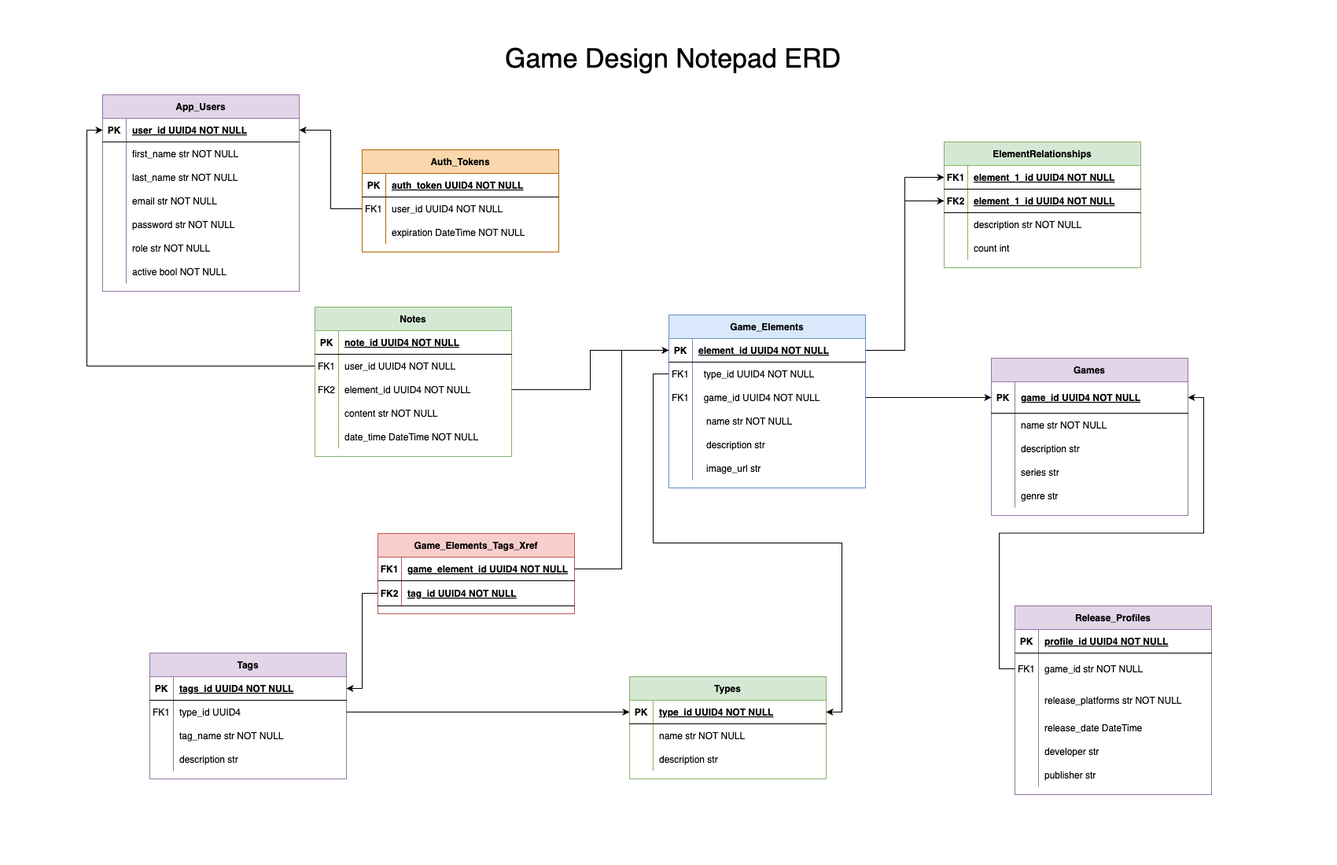
Above: gd-notepad-erd.png in Mark-David-Hill/gd-notepad-be (draw.io), before the change. Source tidied: cells renumbered, new cells last; positions are measured from the earlier drawing's top-left corner, leaving out a move shared by most shapes.
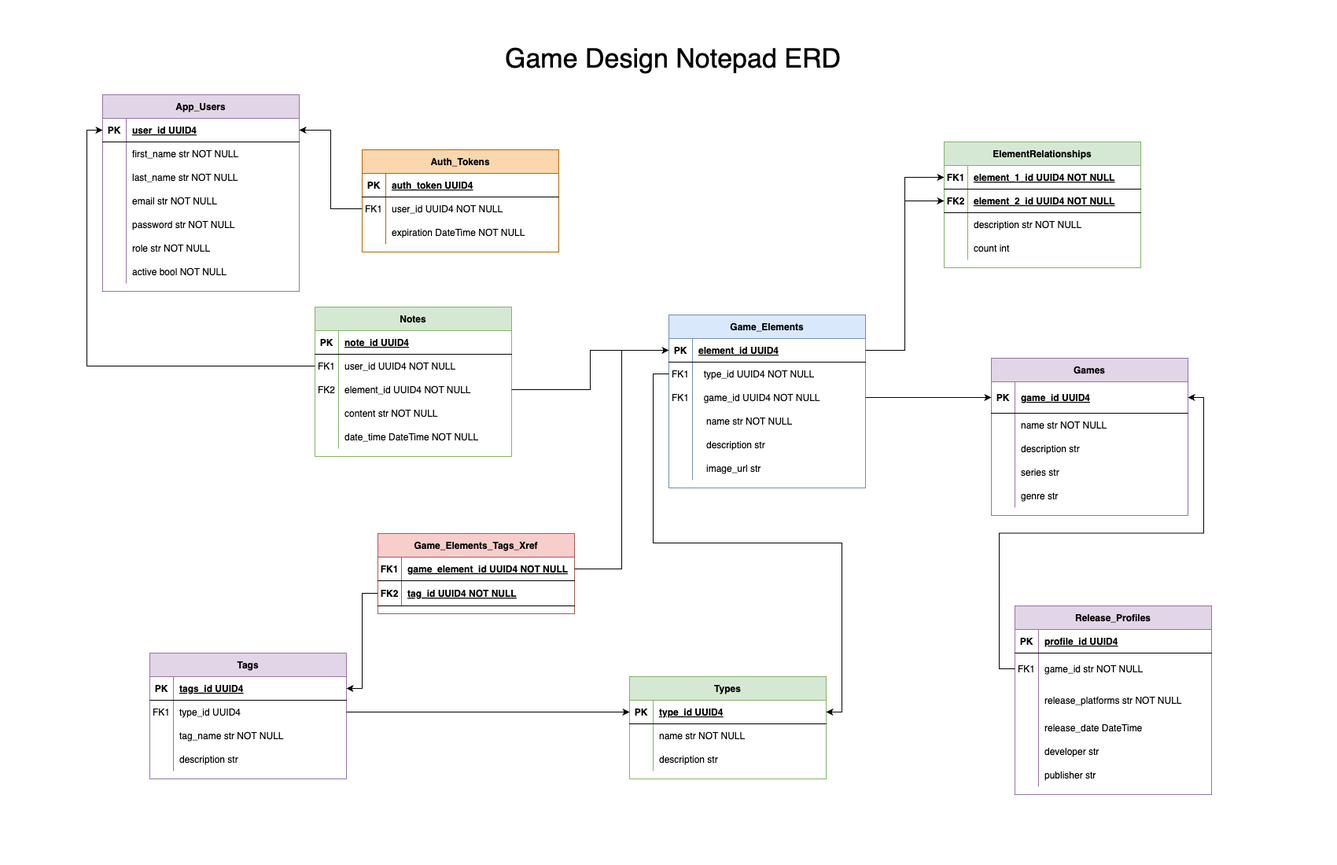
After the change.

Commit message:
updates erd to remove unnecessary not nulls and fixes a typo

Change to the diagram source:
```diff
@@ -11,7 +11,7 @@
     <mxCell id="4" value="PK" style="shape=partialRectangle;overflow=hidden;fillColor=none;top=0;left=0;bottom=0;right=0;fontStyle=1;" parent="3" vertex="1">
       <mxGeometry width="30" height="30" as="geometry" />
     </mxCell>
-    <mxCell id="5" value="type_id UUID4 NOT NULL " style="shape=partialRectangle;overflow=hidden;fillColor=none;top=0;left=0;bottom=0;right=0;align=left;spacingLeft=6;fontStyle=5;" parent="3" vertex="1">
+    <mxCell id="5" value="type_id UUID4" style="shape=partialRectangle;overflow=hidden;fillColor=none;top=0;left=0;bottom=0;right=0;align=left;spacingLeft=6;fontStyle=5;" parent="3" vertex="1">
       <mxGeometry x="30" width="220" height="30" as="geometry" />
     </mxCell>
     <mxCell id="6" style="shape=partialRectangle;fillColor=none;top=0;left=0;right=0;bottom=0;" parent="2" vertex="1">
@@ -41,7 +41,7 @@
     <mxCell id="14" value="PK" style="shape=partialRectangle;overflow=hidden;fillColor=none;top=0;left=0;bottom=0;right=0;fontStyle=1;" parent="13" vertex="1">
       <mxGeometry width="30" height="30" as="geometry" />
     </mxCell>
-    <mxCell id="15" value="element_id UUID4 NOT NULL " style="shape=partialRectangle;overflow=hidden;fillColor=none;top=0;left=0;bottom=0;right=0;align=left;spacingLeft=6;fontStyle=5;" parent="13" vertex="1">
+    <mxCell id="15" value="element_id UUID4" style="shape=partialRectangle;overflow=hidden;fillColor=none;top=0;left=0;bottom=0;right=0;align=left;spacingLeft=6;fontStyle=5;" parent="13" vertex="1">
       <mxGeometry x="30" width="220" height="30" as="geometry" />
     </mxCell>
     <mxCell id="16" style="shape=partialRectangle;fillColor=none;points=[[0,0.5],[1,0.5]];portConstraint=eastwest;top=0;left=0;right=0;bottom=0;" parent="12" vertex="1">
@@ -101,7 +101,7 @@
     <mxCell id="34" value="PK" style="shape=partialRectangle;overflow=hidden;fillColor=none;top=0;left=0;bottom=0;right=0;fontStyle=1;" parent="33" vertex="1">
       <mxGeometry width="30" height="40" as="geometry" />
     </mxCell>
-    <mxCell id="35" value="game_id UUID4 NOT NULL " style="shape=partialRectangle;overflow=hidden;fillColor=none;top=0;left=0;bottom=0;right=0;align=left;spacingLeft=6;fontStyle=5;" parent="33" vertex="1">
+    <mxCell id="35" value="game_id UUID4" style="shape=partialRectangle;overflow=hidden;fillColor=none;top=0;left=0;bottom=0;right=0;align=left;spacingLeft=6;fontStyle=5;" parent="33" vertex="1">
       <mxGeometry x="30" width="220" height="40" as="geometry" />
     </mxCell>
     <mxCell id="36" style="shape=partialRectangle;fillColor=none;top=0;left=0;right=0;bottom=0;" parent="32" vertex="1">
@@ -149,7 +149,7 @@
     <mxCell id="50" value="PK" style="shape=partialRectangle;overflow=hidden;fillColor=none;top=0;left=0;bottom=0;right=0;fontStyle=1;" parent="49" vertex="1">
       <mxGeometry width="30" height="30" as="geometry" />
     </mxCell>
-    <mxCell id="51" value="user_id UUID4 NOT NULL " style="shape=partialRectangle;overflow=hidden;fillColor=none;top=0;left=0;bottom=0;right=0;align=left;spacingLeft=6;fontStyle=5;" parent="49" vertex="1">
+    <mxCell id="51" value="user_id UUID4" style="shape=partialRectangle;overflow=hidden;fillColor=none;top=0;left=0;bottom=0;right=0;align=left;spacingLeft=6;fontStyle=5;" parent="49" vertex="1">
       <mxGeometry x="30" width="220" height="30" as="geometry" />
     </mxCell>
     <mxCell id="52" style="shape=partialRectangle;fillColor=none;top=0;left=0;right=0;bottom=0;" parent="48" vertex="1">
@@ -215,7 +215,7 @@
     <mxCell id="72" value="PK" style="shape=partialRectangle;overflow=hidden;fillColor=none;top=0;left=0;bottom=0;right=0;fontStyle=1;" parent="71" vertex="1">
       <mxGeometry width="30" height="30" as="geometry" />
     </mxCell>
-    <mxCell id="73" value="tags_id UUID4 NOT NULL " style="shape=partialRectangle;overflow=hidden;fillColor=none;top=0;left=0;bottom=0;right=0;align=left;spacingLeft=6;fontStyle=5;" parent="71" vertex="1">
+    <mxCell id="73" value="tags_id UUID4" style="shape=partialRectangle;overflow=hidden;fillColor=none;top=0;left=0;bottom=0;right=0;align=left;spacingLeft=6;fontStyle=5;" parent="71" vertex="1">
       <mxGeometry x="30" width="220" height="30" as="geometry" />
     </mxCell>
     <mxCell id="74" style="shape=partialRectangle;fillColor=none;points=[[0,0.5],[1,0.5]];portConstraint=eastwest;top=0;left=0;right=0;bottom=0;" parent="70" vertex="1">
@@ -278,7 +278,7 @@
     <mxCell id="93" value="PK" style="shape=partialRectangle;overflow=hidden;fillColor=none;top=0;left=0;bottom=0;right=0;fontStyle=1;" parent="92" vertex="1">
       <mxGeometry width="30" height="30" as="geometry" />
     </mxCell>
-    <mxCell id="94" value="note_id UUID4 NOT NULL " style="shape=partialRectangle;overflow=hidden;fillColor=none;top=0;left=0;bottom=0;right=0;align=left;spacingLeft=6;fontStyle=5;" parent="92" vertex="1">
+    <mxCell id="94" value="note_id UUID4" style="shape=partialRectangle;overflow=hidden;fillColor=none;top=0;left=0;bottom=0;right=0;align=left;spacingLeft=6;fontStyle=5;" parent="92" vertex="1">
       <mxGeometry x="30" width="220" height="30" as="geometry" />
     </mxCell>
     <mxCell id="95" style="shape=partialRectangle;fillColor=none;points=[[0,0.5],[1,0.5]];portConstraint=eastwest;top=0;left=0;right=0;bottom=0;" parent="91" vertex="1">
@@ -329,7 +329,7 @@
     <mxCell id="110" value="PK" style="shape=partialRectangle;overflow=hidden;fillColor=none;top=0;left=0;bottom=0;right=0;fontStyle=1;" parent="109" vertex="1">
       <mxGeometry width="30" height="30" as="geometry" />
     </mxCell>
-    <mxCell id="111" value="auth_token UUID4 NOT NULL" style="shape=partialRectangle;overflow=hidden;fillColor=none;top=0;left=0;bottom=0;right=0;align=left;spacingLeft=6;fontStyle=5;" parent="109" vertex="1">
+    <mxCell id="111" value="auth_token UUID4" style="shape=partialRectangle;overflow=hidden;fillColor=none;top=0;left=0;bottom=0;right=0;align=left;spacingLeft=6;fontStyle=5;" parent="109" vertex="1">
       <mxGeometry x="30" width="220" height="30" as="geometry" />
     </mxCell>
     <mxCell id="112" style="shape=partialRectangle;fillColor=none;points=[[0,0.5],[1,0.5]];portConstraint=eastwest;top=0;left=0;right=0;bottom=0;" parent="108" vertex="1">
@@ -359,7 +359,7 @@
     <mxCell id="120" value="PK" style="shape=partialRectangle;overflow=hidden;fillColor=none;top=0;left=0;bottom=0;right=0;fontStyle=1;" parent="119" vertex="1">
       <mxGeometry width="30" height="30" as="geometry" />
     </mxCell>
-    <mxCell id="121" value="profile_id UUID4 NOT NULL " style="shape=partialRectangle;overflow=hidden;fillColor=none;top=0;left=0;bottom=0;right=0;align=left;spacingLeft=6;fontStyle=5;" parent="119" vertex="1">
+    <mxCell id="121" value="profile_id UUID4" style="shape=partialRectangle;overflow=hidden;fillColor=none;top=0;left=0;bottom=0;right=0;align=left;spacingLeft=6;fontStyle=5;" parent="119" vertex="1">
       <mxGeometry x="30" width="220" height="30" as="geometry" />
     </mxCell>
     <mxCell id="122" style="shape=partialRectangle;fillColor=none;points=[[0,0.5],[1,0.5]];portConstraint=eastwest;top=0;left=0;right=0;bottom=0;" parent="118" vertex="1">
@@ -446,7 +446,7 @@
     <mxCell id="149" value="FK2" style="shape=partialRectangle;overflow=hidden;fillColor=none;top=0;left=0;bottom=0;right=0;fontStyle=1;" parent="148" vertex="1">
       <mxGeometry width="30" height="30" as="geometry" />
     </mxCell>
-    <mxCell id="150" value="element_1_id UUID4 NOT NULL " style="shape=partialRectangle;overflow=hidden;fillColor=none;top=0;left=0;bottom=0;right=0;align=left;spacingLeft=6;fontStyle=5;" parent="148" vertex="1">
+    <mxCell id="150" value="element_2_id UUID4 NOT NULL " style="shape=partialRectangle;overflow=hidden;fillColor=none;top=0;left=0;bottom=0;right=0;align=left;spacingLeft=6;fontStyle=5;" parent="148" vertex="1">
       <mxGeometry x="30" width="220" height="30" as="geometry" />
     </mxCell>
     <mxCell id="151" style="shape=partialRectangle;fillColor=none;top=0;left=0;right=0;bottom=0;" parent="144" vertex="1">
```
